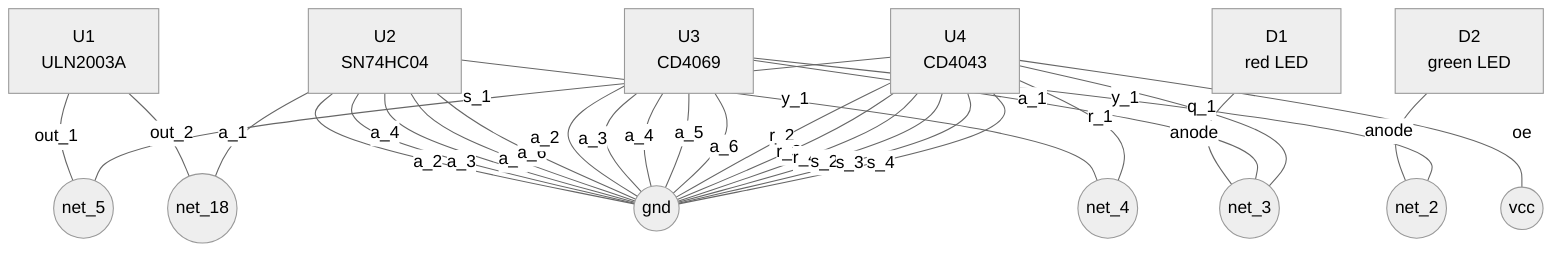
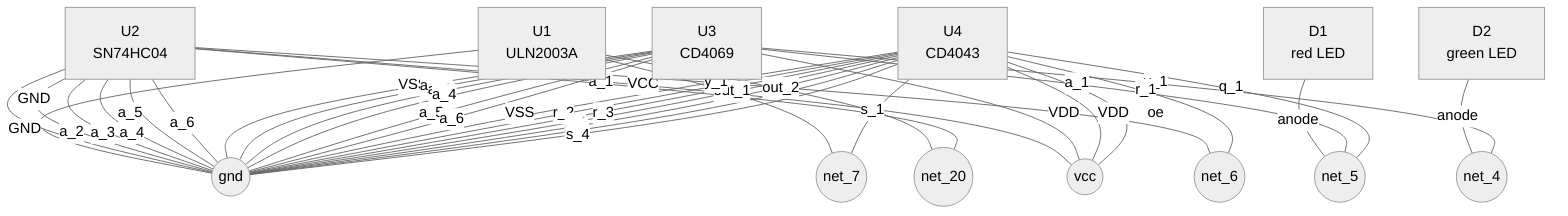
%%{init: {"theme": "neutral"}}%%
flowchart TD
    U1["U1<br/>ULN2003A"]
    U2["U2<br/>SN74HC04"]
    U3["U3<br/>CD4069"]
    U4["U4<br/>CD4043"]
    D1["D1<br/>red LED"]
    D2["D2<br/>green LED"]
-     net_3(("net_3"))
-     net_2(("net_2"))
    net_5(("net_5"))
-     net_18(("net_18"))
+     net_4(("net_4"))
    gnd(("gnd"))
-     net_4(("net_4"))
+     net_7(("net_7"))
+     net_20(("net_20"))
    vcc(("vcc"))
-     D1 ---|"anode"| net_3
-     D2 ---|"anode"| net_2
-     U1 ---|"out_1"| net_5
-     U1 ---|"out_2"| net_18
-     U2 ---|"a_1"| net_18
+     net_6(("net_6"))
+     D1 ---|"anode"| net_5
+     D2 ---|"anode"| net_4
+     U1 ---|"GND"| gnd
+     U1 ---|"out_1"| net_7
+     U1 ---|"out_2"| net_20
+     U2 ---|"GND"| gnd
+     U2 ---|"VCC"| vcc
+     U2 ---|"a_1"| net_20
    U2 ---|"a_2"| gnd
    U2 ---|"a_3"| gnd
    U2 ---|"a_4"| gnd
    U2 ---|"a_5"| gnd
    U2 ---|"a_6"| gnd
-     U2 ---|"y_1"| net_4
-     U3 ---|"a_1"| net_3
+     U2 ---|"y_1"| net_6
+     U3 ---|"VDD"| vcc
+     U3 ---|"VSS"| gnd
+     U3 ---|"a_1"| net_5
    U3 ---|"a_2"| gnd
    U3 ---|"a_3"| gnd
    U3 ---|"a_4"| gnd
    U3 ---|"a_5"| gnd
    U3 ---|"a_6"| gnd
-     U3 ---|"y_1"| net_2
+     U3 ---|"y_1"| net_4
+     U4 ---|"VDD"| vcc
+     U4 ---|"VSS"| gnd
    U4 ---|"oe"| vcc
-     U4 ---|"q_1"| net_3
-     U4 ---|"r_1"| net_4
+     U4 ---|"q_1"| net_5
+     U4 ---|"r_1"| net_6
    U4 ---|"r_2"| gnd
    U4 ---|"r_3"| gnd
    U4 ---|"r_4"| gnd
-     U4 ---|"s_1"| net_5
+     U4 ---|"s_1"| net_7
    U4 ---|"s_2"| gnd
    U4 ---|"s_3"| gnd
    U4 ---|"s_4"| gnd
